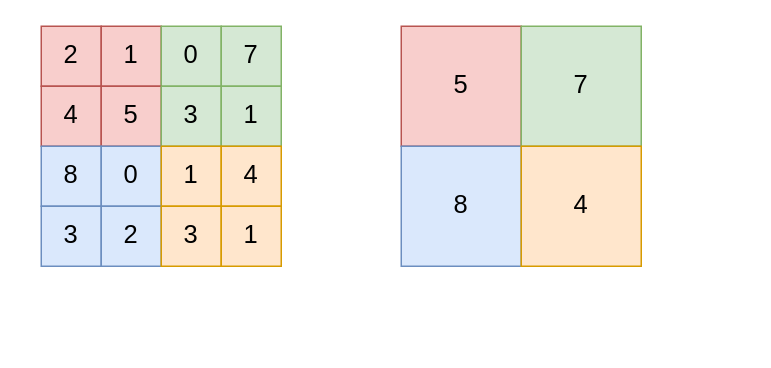
The draw.io diagram max_pooling.drawio in cascoatle/fj_project, before the edit. Source tidied: cells renumbered, new cells numbered last; positions are measured from the earlier drawing's top-left corner, leaving out a move shared by most shapes. Both pictures are drawn from the tidied source at 150%, with x=0, y=0 at pixel (26, 26).
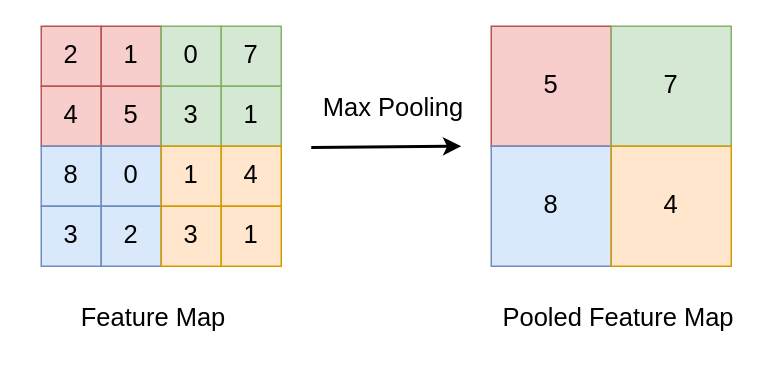
The same diagram, later.

Change to the diagram source:
```diff
@@
     <mxCell id="6" style="whiteSpace=wrap;html=1;fillColor=#f8cecc;strokeColor=#b85450;" parent="1" vertex="1">
-      <mxGeometry x="250" width="80" height="80" as="geometry" />
+      <mxGeometry x="310" width="80" height="80" as="geometry" />
     </mxCell>
@@
     <mxCell id="19" style="whiteSpace=wrap;html=1;fillColor=#dae8fc;strokeColor=#6c8ebf;" parent="1" vertex="1">
-      <mxGeometry x="250" y="80" width="80" height="80" as="geometry" />
+      <mxGeometry x="310" y="80" width="80" height="80" as="geometry" />
     </mxCell>
     <mxCell id="20" style="whiteSpace=wrap;html=1;fillColor=#d5e8d4;strokeColor=#82b366;" parent="1" vertex="1">
-      <mxGeometry x="330" width="80" height="80" as="geometry" />
+      <mxGeometry x="390" width="80" height="80" as="geometry" />
     </mxCell>
     <mxCell id="21" style="whiteSpace=wrap;html=1;fillColor=#ffe6cc;strokeColor=#d79b00;" parent="1" vertex="1">
-      <mxGeometry x="330" y="80" width="80" height="80" as="geometry" />
+      <mxGeometry x="390" y="80" width="80" height="80" as="geometry" />
     </mxCell>
@@
     <mxCell id="38" value="5" style="text;html=1;strokeColor=none;fillColor=none;align=center;verticalAlign=middle;whiteSpace=wrap;rounded=0;fontSize=17;" parent="1" vertex="1">
-      <mxGeometry x="260" y="25" width="60" height="30" as="geometry" />
+      <mxGeometry x="320" y="25" width="60" height="30" as="geometry" />
     </mxCell>
     <mxCell id="39" value="7" style="text;html=1;strokeColor=none;fillColor=none;align=center;verticalAlign=middle;whiteSpace=wrap;rounded=0;fontSize=17;" parent="1" vertex="1">
-      <mxGeometry x="340" y="25" width="60" height="30" as="geometry" />
+      <mxGeometry x="400" y="25" width="60" height="30" as="geometry" />
     </mxCell>
     <mxCell id="40" value="8" style="text;html=1;strokeColor=none;fillColor=none;align=center;verticalAlign=middle;whiteSpace=wrap;rounded=0;fontSize=17;" parent="1" vertex="1">
-      <mxGeometry x="260" y="105" width="60" height="30" as="geometry" />
+      <mxGeometry x="320" y="105" width="60" height="30" as="geometry" />
     </mxCell>
     <mxCell id="41" value="4" style="text;html=1;strokeColor=none;fillColor=none;align=center;verticalAlign=middle;whiteSpace=wrap;rounded=0;fontSize=17;" parent="1" vertex="1">
-      <mxGeometry x="340" y="105" width="60" height="30" as="geometry" />
+      <mxGeometry x="400" y="105" width="60" height="30" as="geometry" />
     </mxCell>
+    <mxCell id="42" value="Feature Map" style="text;html=1;strokeColor=none;fillColor=none;align=center;verticalAlign=middle;whiteSpace=wrap;rounded=0;fontSize=17;" parent="1" vertex="1">
+      <mxGeometry x="30" y="180" width="110" height="30" as="geometry" />
+    </mxCell>
+    <mxCell id="43" style="endArrow=classic;html=1;rounded=0;fontSize=17;strokeWidth=2;" parent="1" edge="1">
+      <mxGeometry relative="1" as="geometry">
+        <mxPoint x="190" y="80.8" as="sourcePoint" />
+        <mxPoint x="290" y="80" as="targetPoint" />
+      </mxGeometry>
+    </mxCell>
+    <mxCell id="44" value="Max Pooling" style="text;html=1;strokeColor=none;fillColor=none;align=center;verticalAlign=middle;whiteSpace=wrap;rounded=0;fontSize=17;" parent="1" vertex="1">
+      <mxGeometry x="190" y="40" width="110" height="30" as="geometry" />
+    </mxCell>
+    <mxCell id="45" value="Pooled Feature Map" style="text;html=1;strokeColor=none;fillColor=none;align=center;verticalAlign=middle;whiteSpace=wrap;rounded=0;fontSize=17;" parent="1" vertex="1">
+      <mxGeometry x="310" y="180" width="170" height="30" as="geometry" />
+    </mxCell>
```
